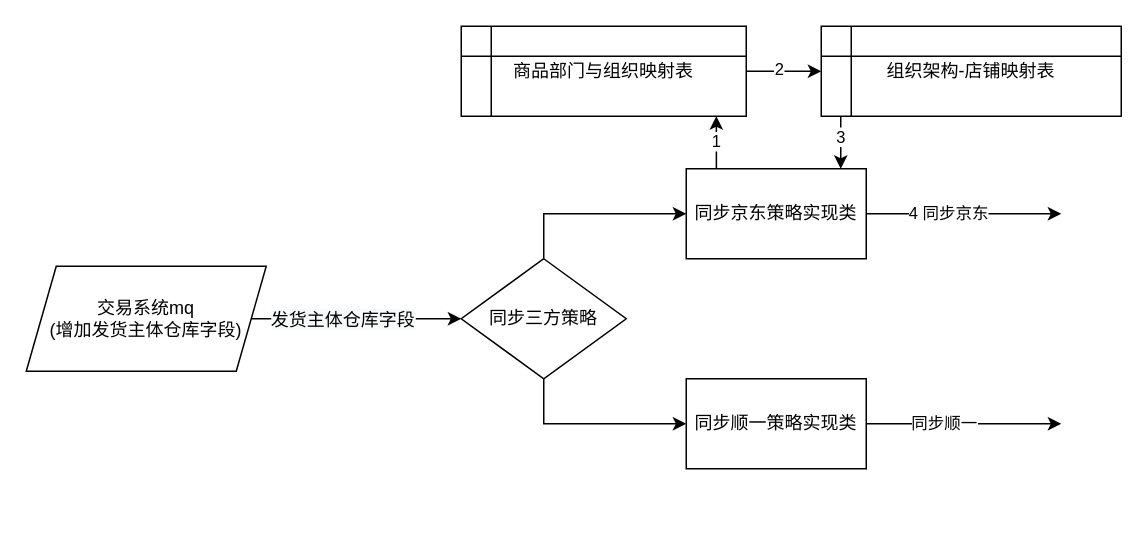
This is 交易系统订单重构.drawio from yindongjun/drawio-2, a draw.io file, before an edit. Source tidied: cells renumbered, new cells numbered last; positions are measured from the earlier drawing's top-left corner, leaving out a move shared by most shapes. Both pictures are drawn from the tidied source at 150%, with x=0, y=0 at pixel (26, 26).
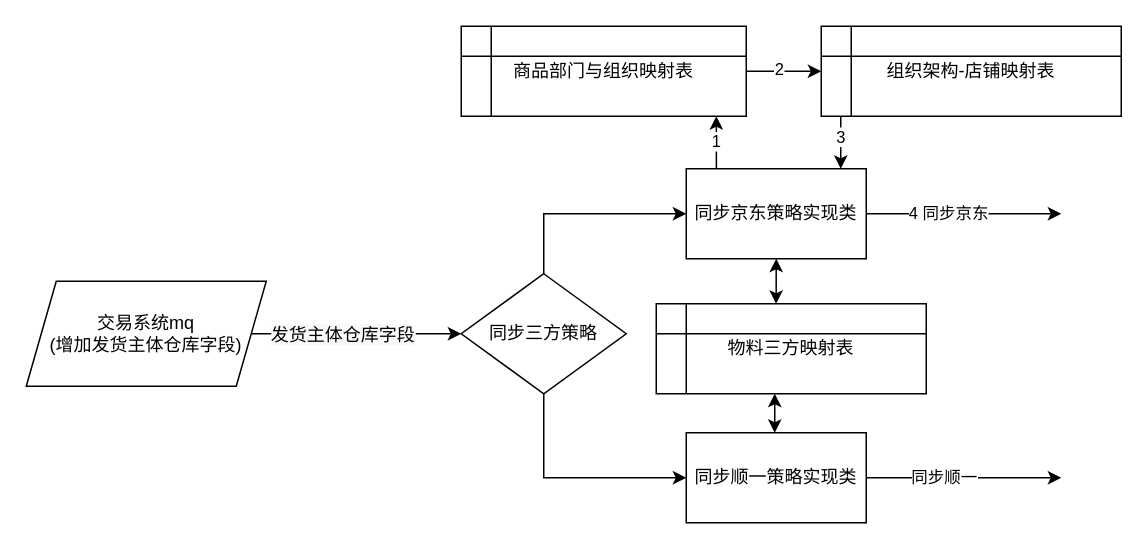
Above is the later version.

Commit message (it also covers changes not shown here):
Update 交易系统订单重构.drawio

Unchanged cells that the change refers to:
```xml
<mxCell id="12" value="同步京东策略实现类" style="rounded=0;whiteSpace=wrap;html=1;" parent="1" vertex="1">
  <mxGeometry x="440" y="95" width="120" height="60" as="geometry" />
</mxCell>
```

What changed in the source:
```diff
@@
     <mxCell id="4" value="交易系统mq&lt;br&gt;(增加发货主体仓库字段)" style="shape=parallelogram;perimeter=parallelogramPerimeter;whiteSpace=wrap;html=1;fixedSize=1;" parent="1" vertex="1">
-      <mxGeometry y="160" width="160" height="70" as="geometry" />
+      <mxGeometry y="170" width="160" height="70" as="geometry" />
     </mxCell>
+    <mxCell id="6" style="edgeStyle=orthogonalEdgeStyle;rounded=0;jettySize=auto;html=1;exitX=0.5;exitY=1;exitDx=0;exitDy=0;entryX=0;entryY=0.5;entryDx=0;entryDy=0;" parent="1" edge="1" source="7" target="15">
+      <mxGeometry relative="1" as="geometry" />
+    </mxCell>
-    <mxCell id="5" style="edgeStyle=orthogonalEdgeStyle;rounded=0;jettySize=auto;html=1;exitX=0.5;exitY=0;exitDx=0;exitDy=0;" parent="1" edge="1" source="7" target="12">
+    <mxCell id="5" style="edgeStyle=orthogonalEdgeStyle;rounded=0;jettySize=auto;html=1;exitX=0.5;exitY=0;exitDx=0;exitDy=0;entryX=0;entryY=0.5;entryDx=0;entryDy=0;" parent="1" edge="1" source="7" target="12">
       <mxGeometry relative="1" as="geometry" />
     </mxCell>
-    <mxCell id="6" style="edgeStyle=orthogonalEdgeStyle;rounded=0;jettySize=auto;html=1;exitX=0.5;exitY=1;exitDx=0;exitDy=0;entryX=0;entryY=0.5;entryDx=0;entryDy=0;" parent="1" edge="1" source="7" target="15">
-      <mxGeometry relative="1" as="geometry" />
-    </mxCell>
     <mxCell id="7" value="同步三方策略" style="rhombus;whiteSpace=wrap;html=1;" parent="1" vertex="1">
-      <mxGeometry x="290" y="155" width="110" height="80" as="geometry" />
+      <mxGeometry x="290" y="165" width="110" height="80" as="geometry" />
     </mxCell>
@@
     <mxCell id="13" style="edgeStyle=orthogonalEdgeStyle;rounded=0;jettySize=auto;html=1;exitX=1;exitY=0.5;exitDx=0;exitDy=0;" parent="1" edge="1" source="15">
       <mxGeometry relative="1" as="geometry">
-        <mxPoint x="690" y="265" as="targetPoint" />
+        <mxPoint x="690" y="301" as="targetPoint" />
       </mxGeometry>
     </mxCell>
@@
     <mxCell id="15" value="同步顺一策略实现类" style="whiteSpace=wrap;html=1;" parent="1" vertex="1">
-      <mxGeometry x="440" y="235" width="120" height="60" as="geometry" />
+      <mxGeometry x="440" y="271" width="120" height="60" as="geometry" />
     </mxCell>
@@
+    <mxCell id="22" value="物料三方映射表" style="shape=internalStorage;whiteSpace=wrap;html=1;backgroundOutline=1;" parent="1" vertex="1">
+      <mxGeometry x="420" y="185" width="180" height="60" as="geometry" />
+    </mxCell>
+    <mxCell id="23" style="endArrow=classic;startArrow=classic;html=1;entryX=0.5;entryY=1;entryDx=0;entryDy=0;exitX=0.444;exitY=0;exitDx=0;exitDy=0;exitPerimeter=0;" parent="1" edge="1" source="22" target="12">
+      <mxGeometry relative="1" as="geometry" />
+    </mxCell>
+    <mxCell id="24" style="endArrow=classic;startArrow=classic;html=1;" parent="1" edge="1">
+      <mxGeometry relative="1" as="geometry">
+        <mxPoint x="499" y="271" as="sourcePoint" />
+        <mxPoint x="499" y="245" as="targetPoint" />
+      </mxGeometry>
+    </mxCell>
```
